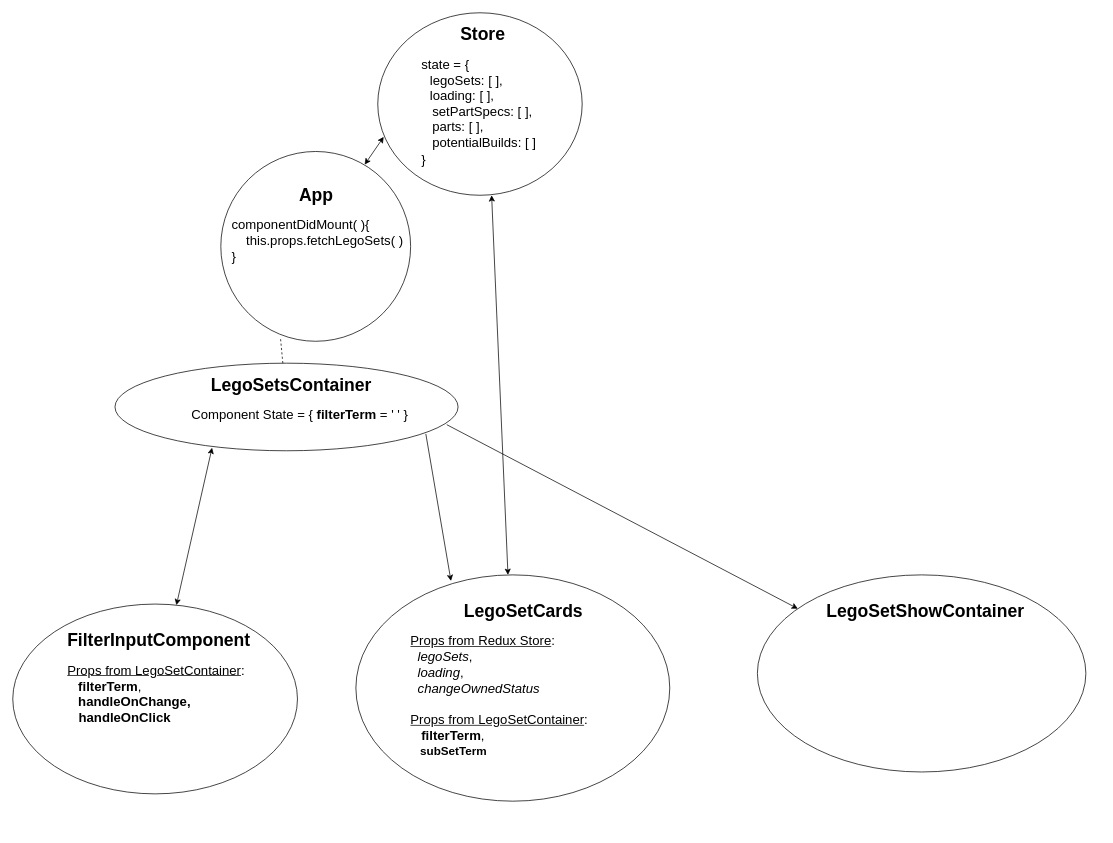
This is StateTreeDiagram.drawio from DavidRMorphew/my-bricks-app-frontend, a draw.io file, before an edit. Source tidied: cells renumbered, new cells numbered last; positions are measured from the earlier drawing's top-left corner, leaving out a move shared by most shapes. Both pictures are drawn from the tidied source at 73%, with x=0, y=0 at pixel (12, 12).
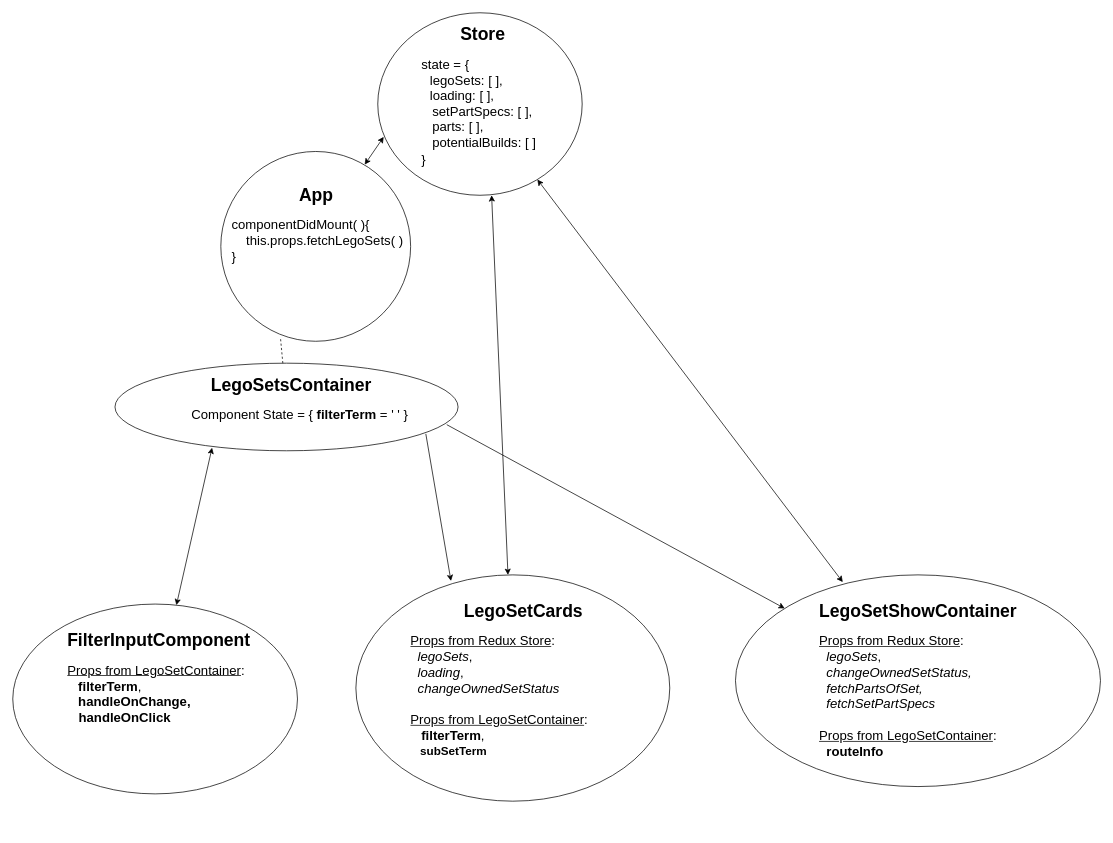
Above is the later version.

Unchanged cells that the change refers to:
```xml
<mxCell id="2" style="ellipse;whiteSpace=wrap;html=1;" parent="1" vertex="1">
  <mxGeometry x="500" width="280" height="250" as="geometry" />
</mxCell>
```

Diff of the diagram source:
```diff
@@
-    <mxCell id="15" value="&lt;h1&gt;&amp;nbsp; &amp;nbsp; &amp;nbsp; &amp;nbsp; &amp;nbsp; &amp;nbsp;LegoSetCards&lt;/h1&gt;&lt;div&gt;&lt;font style=&quot;font-size: 18px&quot;&gt;&lt;u&gt;Props from Redux Store&lt;/u&gt;:&amp;nbsp;&lt;/font&gt;&lt;/div&gt;&lt;div&gt;&lt;font style=&quot;font-size: 18px&quot;&gt;&amp;nbsp; &lt;i&gt;legoSets&lt;/i&gt;,&lt;/font&gt;&lt;/div&gt;&lt;div&gt;&lt;font style=&quot;font-size: 18px&quot;&gt;&amp;nbsp; &lt;i&gt;loading&lt;/i&gt;,&lt;/font&gt;&lt;/div&gt;&lt;div&gt;&lt;font style=&quot;font-size: 18px&quot;&gt;&amp;nbsp; &lt;i&gt;changeOwnedStatus&lt;/i&gt;&lt;/font&gt;&lt;/div&gt;&lt;div&gt;&lt;font style=&quot;font-size: 18px&quot;&gt;&amp;nbsp; &amp;nbsp;&lt;/font&gt;&lt;/div&gt;&lt;div&gt;&lt;font style=&quot;font-size: 18px&quot;&gt;&lt;u&gt;Props from LegoSetContainer&lt;/u&gt;:&lt;br&gt;&lt;/font&gt;&lt;/div&gt;&lt;div&gt;&lt;font style=&quot;font-size: 18px&quot;&gt;&lt;i&gt;&amp;nbsp; &amp;nbsp;&lt;/i&gt;&lt;span&gt;&lt;b&gt;filterTerm&lt;/b&gt;&lt;/span&gt;&lt;span&gt;,&amp;nbsp;&lt;/span&gt;&lt;/font&gt;&lt;/div&gt;&lt;div&gt;&lt;font size=&quot;3&quot;&gt;&lt;i&gt;&amp;nbsp; &amp;nbsp;&lt;/i&gt;&lt;span&gt;&lt;b&gt;subSetTerm&lt;/b&gt;&lt;/span&gt;&lt;span&gt;&amp;nbsp;&lt;/span&gt;&lt;/font&gt;&lt;/div&gt;" style="text;html=1;strokeColor=none;fillColor=none;spacing=5;spacingTop=-20;whiteSpace=wrap;overflow=hidden;rounded=0;" parent="1" vertex="1">
+    <mxCell id="15" value="&lt;h1&gt;&amp;nbsp; &amp;nbsp; &amp;nbsp; &amp;nbsp; &amp;nbsp; &amp;nbsp;LegoSetCards&lt;/h1&gt;&lt;div&gt;&lt;font style=&quot;font-size: 18px&quot;&gt;&lt;u&gt;Props from Redux Store&lt;/u&gt;:&amp;nbsp;&lt;/font&gt;&lt;/div&gt;&lt;div&gt;&lt;font style=&quot;font-size: 18px&quot;&gt;&amp;nbsp; &lt;i&gt;legoSets&lt;/i&gt;,&lt;/font&gt;&lt;/div&gt;&lt;div&gt;&lt;font style=&quot;font-size: 18px&quot;&gt;&amp;nbsp; &lt;i&gt;loading&lt;/i&gt;,&lt;/font&gt;&lt;/div&gt;&lt;div&gt;&lt;font style=&quot;font-size: 18px&quot;&gt;&amp;nbsp; &lt;i&gt;changeOwnedSetStatus&lt;/i&gt;&lt;/font&gt;&lt;/div&gt;&lt;div&gt;&lt;font style=&quot;font-size: 18px&quot;&gt;&amp;nbsp; &amp;nbsp;&lt;/font&gt;&lt;/div&gt;&lt;div&gt;&lt;font style=&quot;font-size: 18px&quot;&gt;&lt;u&gt;Props from LegoSetContainer&lt;/u&gt;:&lt;br&gt;&lt;/font&gt;&lt;/div&gt;&lt;div&gt;&lt;font style=&quot;font-size: 18px&quot;&gt;&lt;i&gt;&amp;nbsp; &amp;nbsp;&lt;/i&gt;&lt;span&gt;&lt;b&gt;filterTerm&lt;/b&gt;&lt;/span&gt;&lt;span&gt;,&amp;nbsp;&lt;/span&gt;&lt;/font&gt;&lt;/div&gt;&lt;div&gt;&lt;font size=&quot;3&quot;&gt;&lt;i&gt;&amp;nbsp; &amp;nbsp;&lt;/i&gt;&lt;span&gt;&lt;b&gt;subSetTerm&lt;/b&gt;&lt;/span&gt;&lt;span&gt;&amp;nbsp;&lt;/span&gt;&lt;/font&gt;&lt;/div&gt;" style="text;html=1;strokeColor=none;fillColor=none;spacing=5;spacingTop=-20;whiteSpace=wrap;overflow=hidden;rounded=0;" parent="1" vertex="1">
       <mxGeometry x="540" y="800" width="390" height="320" as="geometry" />
     </mxCell>
@@
     <mxCell id="17" style="ellipse;whiteSpace=wrap;html=1;" parent="1" vertex="1">
-      <mxGeometry x="1020" y="770" width="450" height="270" as="geometry" />
+      <mxGeometry x="990" y="770" width="500" height="290" as="geometry" />
     </mxCell>
-    <mxCell id="18" value="&lt;h1&gt;LegoSetShowContainer&lt;/h1&gt;" style="text;html=1;strokeColor=none;fillColor=none;spacing=5;spacingTop=-20;whiteSpace=wrap;overflow=hidden;rounded=0;" parent="1" vertex="1">
-      <mxGeometry x="1110" y="800" width="300" height="220" as="geometry" />
+    <mxCell id="18" value="&lt;h1&gt;LegoSetShowContainer&lt;/h1&gt;&lt;div&gt;&lt;div&gt;&lt;font style=&quot;font-size: 18px&quot;&gt;&lt;u&gt;Props from Redux Store&lt;/u&gt;:&amp;nbsp;&lt;/font&gt;&lt;/div&gt;&lt;div&gt;&lt;font style=&quot;font-size: 18px&quot;&gt;&amp;nbsp;&amp;nbsp;&lt;i&gt;legoSets&lt;/i&gt;,&lt;/font&gt;&lt;/div&gt;&lt;/div&gt;&lt;div&gt;&lt;font style=&quot;font-size: 18px&quot;&gt;&amp;nbsp; &lt;i&gt;changeOwnedSetStatus,&lt;/i&gt;&lt;/font&gt;&lt;/div&gt;&lt;div&gt;&lt;font style=&quot;font-size: 18px&quot;&gt;&lt;i&gt;&amp;nbsp; fetchPartsOfSet,&lt;/i&gt;&lt;/font&gt;&lt;/div&gt;&lt;div&gt;&lt;font style=&quot;font-size: 18px&quot;&gt;&lt;i&gt;&amp;nbsp; fetchSetPartSpecs&lt;/i&gt;&lt;/font&gt;&lt;/div&gt;&lt;div&gt;&lt;font style=&quot;font-size: 18px&quot;&gt;&lt;i&gt;&lt;br&gt;&lt;/i&gt;&lt;/font&gt;&lt;/div&gt;&lt;div&gt;&lt;font style=&quot;font-size: 18px&quot;&gt;&lt;u&gt;Props from LegoSetContainer&lt;/u&gt;:&lt;i&gt;&lt;br&gt;&lt;/i&gt;&lt;/font&gt;&lt;/div&gt;&lt;div&gt;&lt;font style=&quot;font-size: 18px&quot;&gt;&amp;nbsp; &lt;b&gt;routeInfo&lt;/b&gt;&lt;/font&gt;&lt;/div&gt;" style="text;html=1;strokeColor=none;fillColor=none;spacing=5;spacingTop=-20;whiteSpace=wrap;overflow=hidden;rounded=0;" parent="1" vertex="1">
+      <mxGeometry x="1100" y="800" width="310" height="220" as="geometry" />
     </mxCell>
@@
+    <mxCell id="20" style="endArrow=classic;startArrow=classic;html=1;exitX=0.294;exitY=0.034;exitDx=0;exitDy=0;exitPerimeter=0;" parent="1" edge="1" source="17" target="2">
+      <mxGeometry relative="1" as="geometry" />
+    </mxCell>
```
